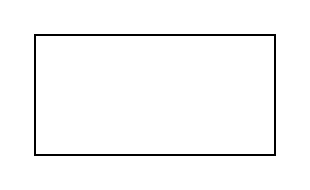
Before: 医疗.drawio in xixigaga/drawioFiles, a draw.io diagram. Source tidied: cells renumbered, new cells numbered last; positions are measured from the earlier drawing's top-left corner, leaving out a move shared by most shapes. Both pictures are drawn from the tidied source at 200%, with x=0, y=0 at pixel (34, 34).
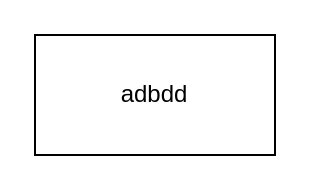
The same page after the edit.

Change to the diagram source:
```diff
@@
 <mxGraphModel>
   <root>
     <mxCell id="0" />
     <mxCell id="1" parent="0" />
-    <mxCell id="2" style="rounded=0;whiteSpace=wrap;html=1;" parent="1" vertex="1">
+    <mxCell id="2" value="adbdd" style="rounded=0;whiteSpace=wrap;html=1;" parent="1" vertex="1">
       <mxGeometry width="120" height="60" as="geometry" />
     </mxCell>
   </root>
 </mxGraphModel>
```
